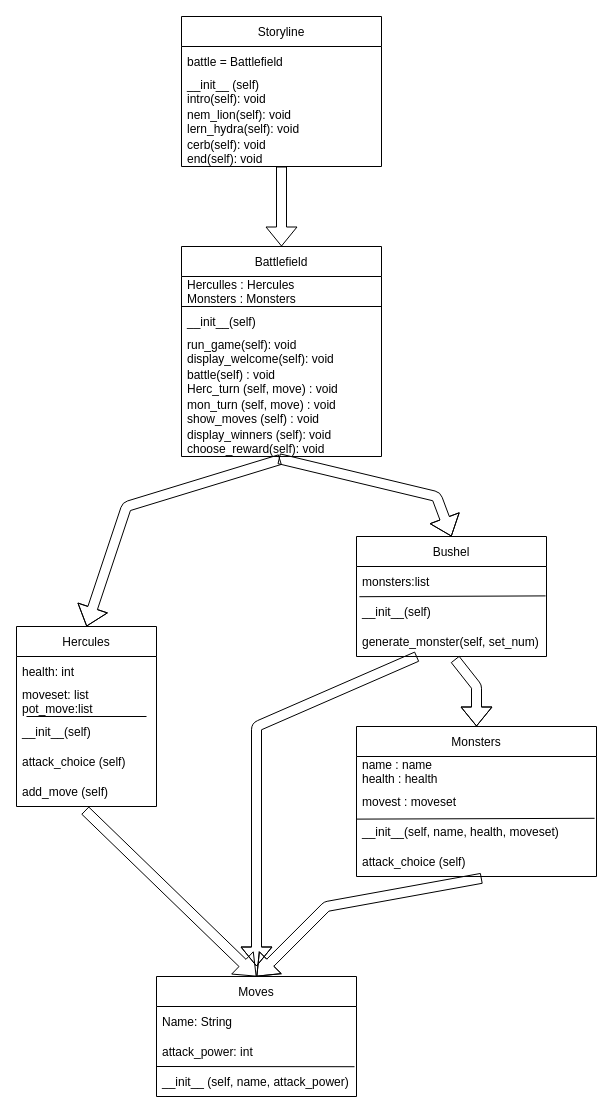
Before: uml.drawio in wmalott23/BonusPythonRPG, a draw.io diagram. Source tidied: cells renumbered, new cells numbered last; positions are measured from the earlier drawing's top-left corner, leaving out a move shared by most shapes. Both pictures are drawn from the tidied source at 100%, with x=0, y=0 at pixel (16, 16).
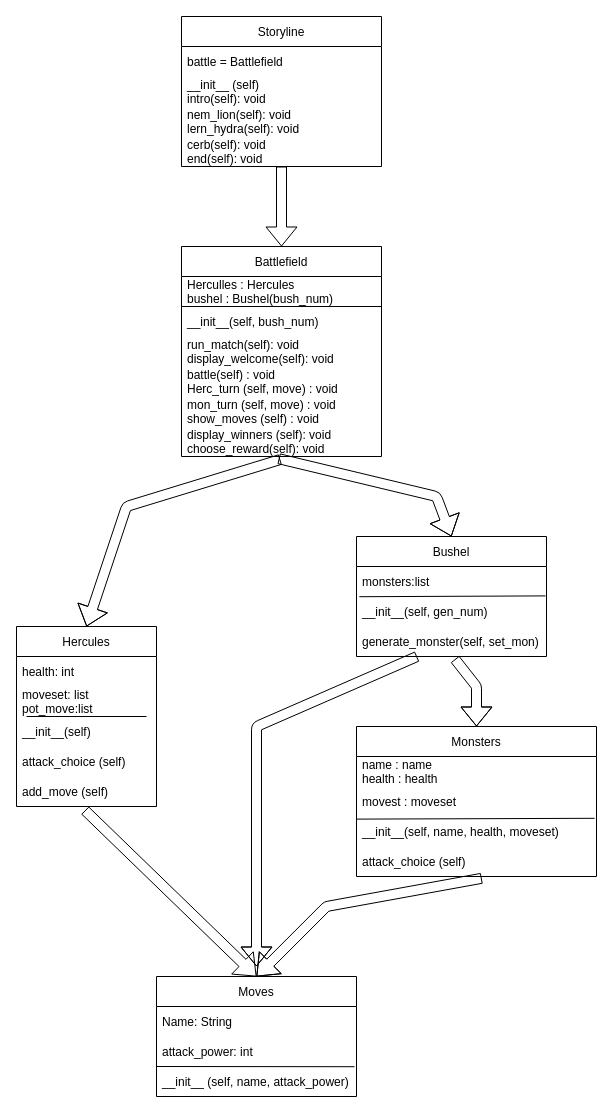
After the change.

The change refers to these unchanged cells:
```xml
<mxCell id="20" value="Battlefield" style="swimlane;fontStyle=0;horizontal=1;startSize=30;strokeColor=default;" parent="1" vertex="1">
  <mxGeometry x="165" y="230" width="200" height="210" as="geometry" />
</mxCell>
<mxCell id="38" value="Bushel" style="swimlane;fontStyle=0;horizontal=1;startSize=30;" parent="1" vertex="1">
  <mxGeometry x="340" y="520" width="190" height="120" as="geometry" />
</mxCell>
```

The edit, as a diff of the source:
```diff
@@
-    <mxCell id="21" value="Herculles : Hercules&#10;Monsters : Monsters" style="text;strokeColor=none;fillColor=none;align=left;verticalAlign=middle;spacingLeft=4;spacingRight=4;overflow=hidden;" parent="20" vertex="1">
+    <mxCell id="21" value="Herculles : Hercules&#10;bushel : Bushel(bush_num)" style="text;strokeColor=none;fillColor=none;align=left;verticalAlign=middle;spacingLeft=4;spacingRight=4;overflow=hidden;" parent="20" vertex="1">
       <mxGeometry y="30" width="200" height="30" as="geometry" />
     </mxCell>
@@
-    <mxCell id="23" value="__init__(self)" style="text;strokeColor=none;fillColor=none;align=left;verticalAlign=middle;spacingLeft=4;spacingRight=4;overflow=hidden;" parent="20" vertex="1">
+    <mxCell id="23" value="__init__(self, bush_num)" style="text;strokeColor=none;fillColor=none;align=left;verticalAlign=middle;spacingLeft=4;spacingRight=4;overflow=hidden;" parent="20" vertex="1">
       <mxGeometry y="60" width="200" height="30" as="geometry" />
     </mxCell>
-    <mxCell id="24" value="run_game(self): void&#10;display_welcome(self): void" style="text;strokeColor=none;fillColor=none;align=left;verticalAlign=middle;spacingLeft=4;spacingRight=4;overflow=hidden;" parent="20" vertex="1">
+    <mxCell id="24" value="run_match(self): void&#10;display_welcome(self): void" style="text;strokeColor=none;fillColor=none;align=left;verticalAlign=middle;spacingLeft=4;spacingRight=4;overflow=hidden;" parent="20" vertex="1">
       <mxGeometry y="90" width="200" height="30" as="geometry" />
     </mxCell>
@@
-    <mxCell id="41" value="__init__(self)" style="text;strokeColor=none;fillColor=none;align=left;verticalAlign=middle;spacingLeft=4;spacingRight=4;overflow=hidden;points=[[0,0.5],[1,0.5]];portConstraint=eastwest;perimeterSpacing=0;" parent="38" vertex="1">
+    <mxCell id="41" value="__init__(self, gen_num)" style="text;strokeColor=none;fillColor=none;align=left;verticalAlign=middle;spacingLeft=4;spacingRight=4;overflow=hidden;points=[[0,0.5],[1,0.5]];portConstraint=eastwest;perimeterSpacing=0;" parent="38" vertex="1">
       <mxGeometry y="60" width="190" height="30" as="geometry" />
     </mxCell>
-    <mxCell id="42" value="generate_monster(self, set_num)" style="text;strokeColor=none;fillColor=none;align=left;verticalAlign=middle;spacingLeft=4;spacingRight=4;overflow=hidden;points=[[0,0.5],[1,0.5]];portConstraint=eastwest;" parent="38" vertex="1">
+    <mxCell id="42" value="generate_monster(self, set_mon)" style="text;strokeColor=none;fillColor=none;align=left;verticalAlign=middle;spacingLeft=4;spacingRight=4;overflow=hidden;points=[[0,0.5],[1,0.5]];portConstraint=eastwest;" parent="38" vertex="1">
       <mxGeometry y="90" width="190" height="30" as="geometry" />
     </mxCell>
```
